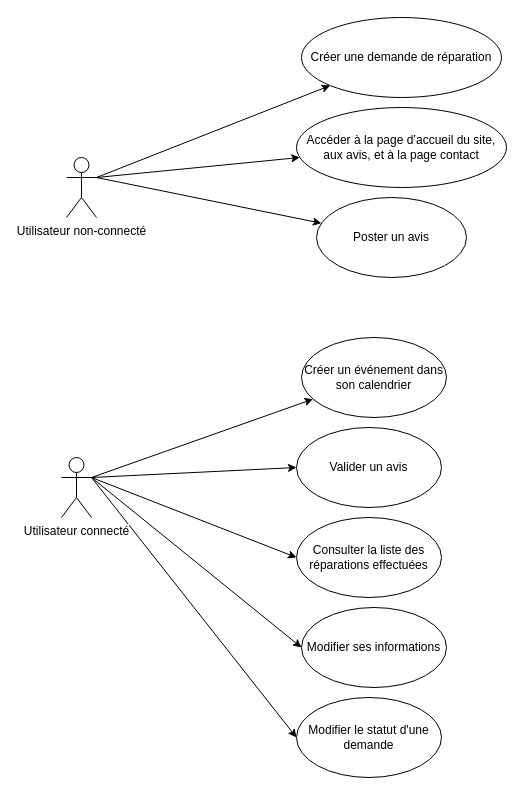
Above: TPI/docs/Documentation/Diagramme/Diagramme_des_cas_d'utilisation.drawio in jonathanboreljaquet/TPI_Borel-Jaquet (draw.io), before the change. Source tidied: cells renumbered, new cells numbered last; positions are measured from the earlier drawing's top-left corner, leaving out a move shared by most shapes. Both pictures are drawn from the tidied source at 100%, with x=0, y=0 at pixel (61, 17).
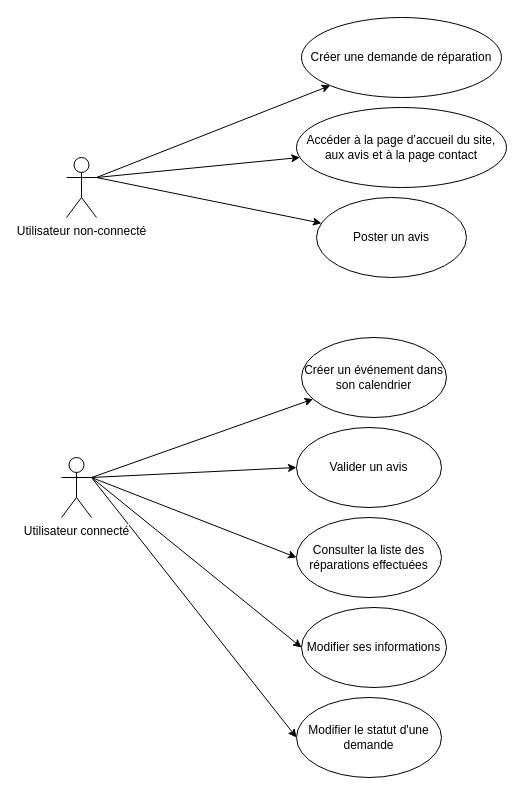
The same diagram, later.

Diff of the diagram source:
```diff
@@
 <mxGraphModel>
   <root>
     <mxCell id="0" />
     <mxCell id="1" parent="0" />
     <mxCell id="2" style="edgeStyle=none;rounded=0;jettySize=auto;html=1;exitX=1;exitY=0.3333333333333333;exitDx=0;exitDy=0;exitPerimeter=0;" parent="1" edge="1" source="7" target="14">
       <mxGeometry relative="1" as="geometry" />
     </mxCell>
     <mxCell id="3" style="edgeStyle=none;rounded=0;jettySize=auto;html=1;exitX=1;exitY=0.3333333333333333;exitDx=0;exitDy=0;exitPerimeter=0;entryX=0;entryY=0.5;entryDx=0;entryDy=0;" parent="1" edge="1" source="7" target="16">
       <mxGeometry relative="1" as="geometry" />
     </mxCell>
     <mxCell id="4" style="edgeStyle=none;rounded=0;jettySize=auto;html=1;exitX=1;exitY=0.3333333333333333;exitDx=0;exitDy=0;exitPerimeter=0;entryX=0;entryY=0.5;entryDx=0;entryDy=0;" parent="1" edge="1" source="7" target="17">
       <mxGeometry relative="1" as="geometry" />
     </mxCell>
     <mxCell id="5" style="edgeStyle=none;rounded=0;jettySize=auto;html=1;exitX=1;exitY=0.3333333333333333;exitDx=0;exitDy=0;exitPerimeter=0;entryX=0;entryY=0.5;entryDx=0;entryDy=0;" parent="1" edge="1" source="7" target="18">
       <mxGeometry relative="1" as="geometry" />
     </mxCell>
     <mxCell id="6" style="edgeStyle=none;rounded=0;jettySize=auto;html=1;exitX=1;exitY=0.3333333333333333;exitDx=0;exitDy=0;exitPerimeter=0;entryX=0;entryY=0.5;entryDx=0;entryDy=0;" parent="1" edge="1" source="7" target="19">
       <mxGeometry relative="1" as="geometry" />
     </mxCell>
     <mxCell id="7" value="Utilisateur connecté" style="shape=umlActor;verticalLabelPosition=bottom;labelBackgroundColor=#ffffff;verticalAlign=top;html=1;outlineConnect=0;" parent="1" vertex="1">
       <mxGeometry y="440" width="30" height="60" as="geometry" />
     </mxCell>
     <mxCell id="8" value="Créer une demande de réparation" style="ellipse;whiteSpace=wrap;html=1;" parent="1" vertex="1">
       <mxGeometry x="240" width="200" height="80" as="geometry" />
     </mxCell>
     <mxCell id="9" style="rounded=0;jettySize=auto;html=1;exitX=1;exitY=0.3333333333333333;exitDx=0;exitDy=0;exitPerimeter=0;" parent="1" edge="1" source="12" target="8">
       <mxGeometry relative="1" as="geometry" />
     </mxCell>
     <mxCell id="10" style="rounded=0;jettySize=auto;html=1;exitX=1;exitY=0.3333333333333333;exitDx=0;exitDy=0;exitPerimeter=0;" parent="1" edge="1" source="12" target="13">
       <mxGeometry relative="1" as="geometry" />
     </mxCell>
     <mxCell id="11" style="edgeStyle=none;rounded=0;jettySize=auto;html=1;exitX=1;exitY=0.3333333333333333;exitDx=0;exitDy=0;exitPerimeter=0;" parent="1" edge="1" source="12" target="15">
       <mxGeometry relative="1" as="geometry" />
     </mxCell>
     <mxCell id="12" value="Utilisateur non-connecté" style="shape=umlActor;verticalLabelPosition=bottom;labelBackgroundColor=#ffffff;verticalAlign=top;html=1;outlineConnect=0;" parent="1" vertex="1">
       <mxGeometry x="5" y="140" width="30" height="60" as="geometry" />
     </mxCell>
     <mxCell id="13" value="Poster un avis" style="ellipse;whiteSpace=wrap;html=1;" parent="1" vertex="1">
       <mxGeometry x="255" y="180" width="150" height="80" as="geometry" />
     </mxCell>
     <mxCell id="14" value="Créer un événement dans son calendrier" style="ellipse;whiteSpace=wrap;html=1;" parent="1" vertex="1">
       <mxGeometry x="240" y="320" width="145" height="80" as="geometry" />
     </mxCell>
-    <mxCell id="15" value="Accéder à la page d’accueil du site, aux avis, et à la page contact" style="ellipse;whiteSpace=wrap;html=1;" parent="1" vertex="1">
+    <mxCell id="15" value="Accéder à la page d’accueil du site, aux avis et à la page contact" style="ellipse;whiteSpace=wrap;html=1;" parent="1" vertex="1">
       <mxGeometry x="235" y="90" width="210" height="80" as="geometry" />
     </mxCell>
     <mxCell id="16" value="Valider un avis" style="ellipse;whiteSpace=wrap;html=1;" parent="1" vertex="1">
       <mxGeometry x="235" y="410" width="145" height="80" as="geometry" />
     </mxCell>
     <mxCell id="17" value="Consulter la liste des réparations effectuées" style="ellipse;whiteSpace=wrap;html=1;" parent="1" vertex="1">
       <mxGeometry x="235" y="500" width="145" height="80" as="geometry" />
     </mxCell>
     <mxCell id="18" value="Modifier ses informations" style="ellipse;whiteSpace=wrap;html=1;" parent="1" vertex="1">
       <mxGeometry x="240" y="590" width="145" height="80" as="geometry" />
     </mxCell>
     <mxCell id="19" value="Modifier le statut d'une demande" style="ellipse;whiteSpace=wrap;html=1;" parent="1" vertex="1">
       <mxGeometry x="235" y="680" width="145" height="80" as="geometry" />
     </mxCell>
   </root>
 </mxGraphModel>
```
